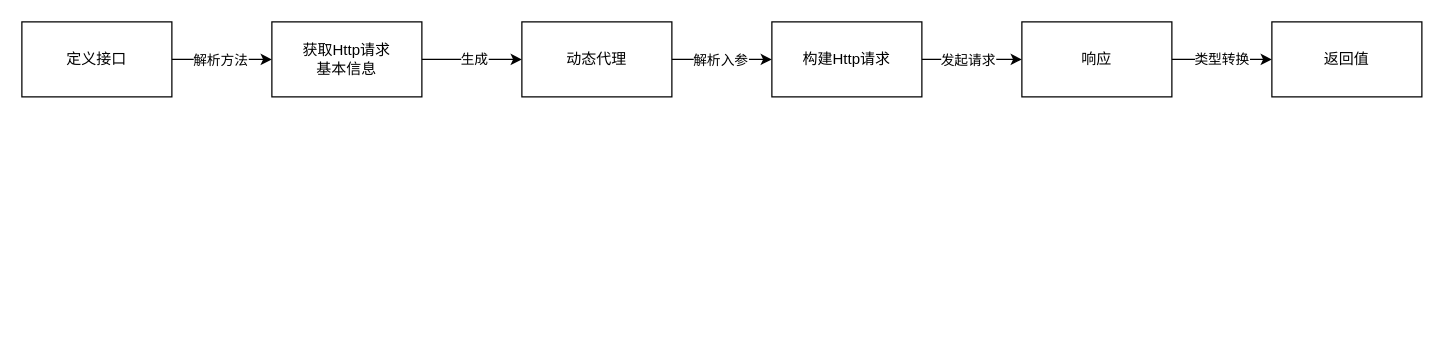
Lainy0605/graduate keeps this draw.io diagram as OpenFeign服务调用流程.drawio. Above is the earlier version. Source tidied: cells renumbered, new cells numbered last; positions are measured from the earlier drawing's top-left corner, leaving out a move shared by most shapes. Both pictures are drawn from the tidied source at 125%, with x=0, y=0 at pixel (21, 21).
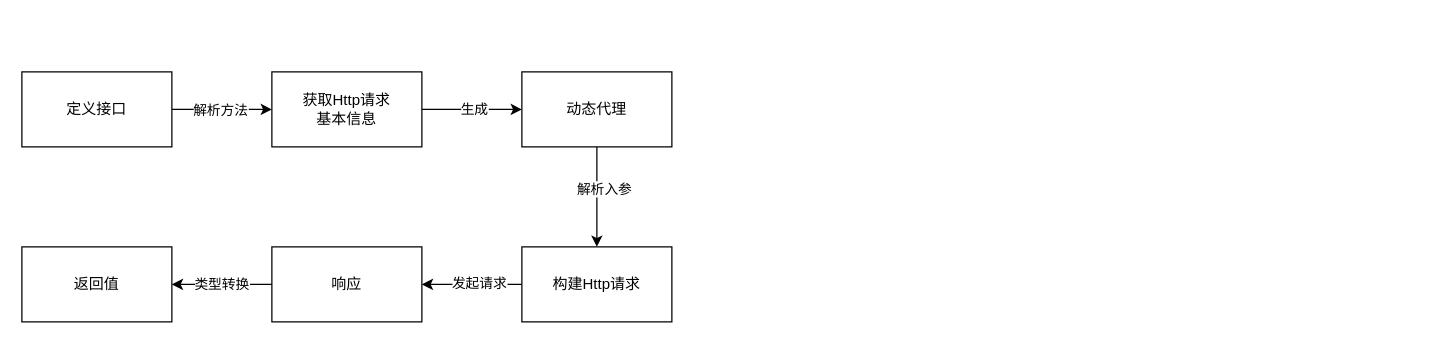
Above is the later version.

Commit message (it also covers changes not shown here):
更新OpenFeign服务调用流程.drawio

What changed in the source:
```diff
@@
 <mxGraphModel>
   <root>
     <mxCell id="0" />
     <mxCell id="1" parent="0" />
     <mxCell id="2" style="edgeStyle=orthogonalEdgeStyle;rounded=0;jettySize=auto;html=1;entryX=0;entryY=0.5;entryDx=0;entryDy=0;" parent="1" edge="1" source="4" target="7">
       <mxGeometry relative="1" as="geometry" />
     </mxCell>
     <mxCell id="3" value="解析方法" style="edgeLabel;html=1;align=center;verticalAlign=middle;" parent="2" vertex="1">
       <mxGeometry x="-0.05" y="-3" relative="1" as="geometry">
         <mxPoint y="-3" as="offset" />
       </mxGeometry>
     </mxCell>
     <mxCell id="4" value="定义接口" style="rounded=0;whiteSpace=wrap;html=1;" parent="1" vertex="1">
-      <mxGeometry width="120" height="60" as="geometry" />
+      <mxGeometry y="40" width="120" height="60" as="geometry" />
     </mxCell>
     <mxCell id="5" style="edgeStyle=orthogonalEdgeStyle;rounded=0;jettySize=auto;html=1;entryX=0;entryY=0.5;entryDx=0;entryDy=0;" parent="1" edge="1" source="7" target="10">
       <mxGeometry relative="1" as="geometry" />
     </mxCell>
     <mxCell id="6" value="生成" style="edgeLabel;html=1;align=center;verticalAlign=middle;" parent="5" vertex="1">
       <mxGeometry x="0.03" y="-2" relative="1" as="geometry">
         <mxPoint y="-3" as="offset" />
       </mxGeometry>
     </mxCell>
     <mxCell id="7" value="获取Http请求&lt;div&gt;基本信息&lt;/div&gt;" style="rounded=0;whiteSpace=wrap;html=1;" parent="1" vertex="1">
-      <mxGeometry x="200" width="120" height="60" as="geometry" />
+      <mxGeometry x="200" y="40" width="120" height="60" as="geometry" />
     </mxCell>
     <mxCell id="8" style="edgeStyle=orthogonalEdgeStyle;rounded=0;jettySize=auto;html=1;" parent="1" edge="1" source="10" target="13">
       <mxGeometry relative="1" as="geometry" />
     </mxCell>
     <mxCell id="9" value="解析&lt;span style=&quot;background-color: light-dark(#ffffff, var(--ge-dark-color, #121212)); color: light-dark(rgb(0, 0, 0), rgb(255, 255, 255));&quot;&gt;入参&lt;/span&gt;" style="edgeLabel;html=1;align=center;verticalAlign=middle;" parent="8" vertex="1">
       <mxGeometry x="-0.17" relative="1" as="geometry">
         <mxPoint x="5" as="offset" />
       </mxGeometry>
     </mxCell>
     <mxCell id="10" value="动态代理" style="rounded=0;whiteSpace=wrap;html=1;" parent="1" vertex="1">
-      <mxGeometry x="400" width="120" height="60" as="geometry" />
+      <mxGeometry x="400" y="40" width="120" height="60" as="geometry" />
     </mxCell>
-    <mxCell id="11" style="edgeStyle=orthogonalEdgeStyle;rounded=0;jettySize=auto;html=1;entryX=0;entryY=0.5;entryDx=0;entryDy=0;" parent="1" edge="1" source="13" target="15">
+    <mxCell id="11" style="edgeStyle=orthogonalEdgeStyle;rounded=0;jettySize=auto;html=1;entryX=1;entryY=0.5;entryDx=0;entryDy=0;" parent="1" edge="1" source="13" target="15">
       <mxGeometry relative="1" as="geometry" />
     </mxCell>
     <mxCell id="12" value="发起请求" style="edgeLabel;html=1;align=center;verticalAlign=middle;" parent="11" vertex="1">
       <mxGeometry x="-0.15" y="-2" relative="1" as="geometry">
-        <mxPoint x="2" y="-2" as="offset" />
+        <mxPoint x="-1" as="offset" />
       </mxGeometry>
     </mxCell>
     <mxCell id="13" value="构建Http请求" style="rounded=0;whiteSpace=wrap;html=1;" parent="1" vertex="1">
-      <mxGeometry x="600" width="120" height="60" as="geometry" />
+      <mxGeometry x="400" y="180" width="120" height="60" as="geometry" />
     </mxCell>
-    <mxCell id="14" value="类型转换" style="edgeStyle=orthogonalEdgeStyle;rounded=0;jettySize=auto;html=1;entryX=0;entryY=0.5;entryDx=0;entryDy=0;" parent="1" edge="1" source="15" target="16">
+    <mxCell id="14" value="类型转换" style="edgeStyle=orthogonalEdgeStyle;rounded=0;jettySize=auto;html=1;entryX=1;entryY=0.5;entryDx=0;entryDy=0;" parent="1" edge="1" source="15" target="16">
       <mxGeometry relative="1" as="geometry" />
     </mxCell>
     <mxCell id="15" value="响应" style="rounded=0;whiteSpace=wrap;html=1;" parent="1" vertex="1">
-      <mxGeometry x="800" width="120" height="60" as="geometry" />
+      <mxGeometry x="200" y="180" width="120" height="60" as="geometry" />
     </mxCell>
     <mxCell id="16" value="返回值" style="rounded=0;whiteSpace=wrap;html=1;" parent="1" vertex="1">
-      <mxGeometry x="1000" width="120" height="60" as="geometry" />
+      <mxGeometry y="180" width="120" height="60" as="geometry" />
     </mxCell>
   </root>
 </mxGraphModel>
```
